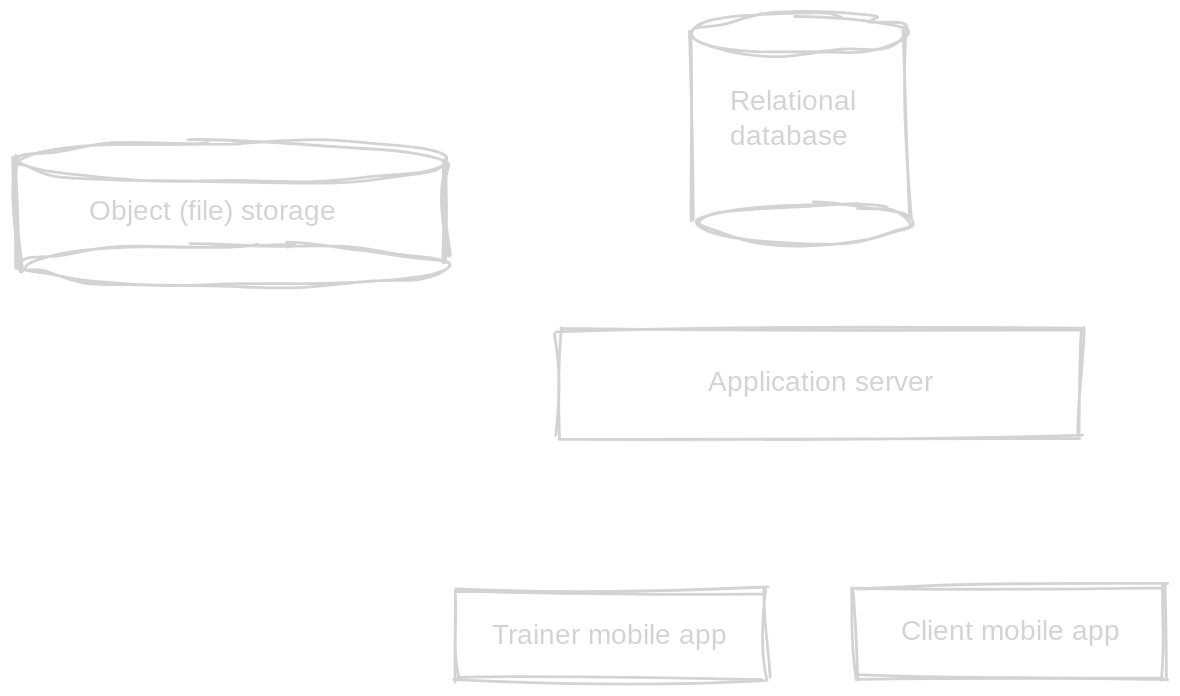
This is images/gym-app-upload-0.svg from filipegeric/scaling-the-client, a Excalidraw export, as it was before one commit. Source tidied: one line per element, renumbered; positions are measured from the earlier drawing's top-left corner, leaving out a move shared by most shapes. The source it was exported from:
```json
{"id": 0, "type": "rectangle", "strokeColor": "#1e1e1e", "strokeWidth": 2, "roughness": 2, "x": 313, "y": 412, "width": 222, "height": 65}
{"id": 1, "type": "text", "text": "Trainer mobile app", "strokeColor": "#1e1e1e", "backgroundColor": "#ffffff", "fillStyle": "solid", "strokeWidth": 2, "roughness": 2, "fontSize": 20, "fontFamily": 1, "textAlign": "center", "verticalAlign": "middle", "inside": 0, "x": 335, "y": 432, "width": 179, "height": 25}
{"id": 2, "type": "rectangle", "strokeColor": "#1e1e1e", "strokeWidth": 2, "roughness": 2, "x": 600, "y": 409, "width": 222, "height": 65}
{"id": 3, "type": "text", "text": "Client mobile app", "strokeColor": "#1e1e1e", "backgroundColor": "#ffffff", "fillStyle": "solid", "strokeWidth": 2, "roughness": 2, "fontSize": 20, "fontFamily": 1, "textAlign": "center", "verticalAlign": "middle", "inside": 2, "x": 630, "y": 429, "width": 162, "height": 25}
{"id": 4, "type": "rectangle", "strokeColor": "#1e1e1e", "strokeWidth": 2, "roughness": 2, "x": 389, "y": 225, "width": 372, "height": 78}
{"id": 5, "type": "text", "text": "Application server", "strokeColor": "#1e1e1e", "backgroundColor": "#ffffff", "fillStyle": "solid", "strokeWidth": 2, "roughness": 2, "fontSize": 20, "fontFamily": 1, "textAlign": "center", "verticalAlign": "middle", "inside": 4, "x": 489, "y": 251, "width": 172, "height": 25}
{"id": 6, "type": "ellipse", "strokeColor": "#1e1e1e", "strokeWidth": 2, "roughness": 2, "x": 487, "y": 135, "width": 153, "height": 28}
{"id": 7, "type": "ellipse", "strokeColor": "#1e1e1e", "strokeWidth": 2, "roughness": 2, "x": 485, "y": 0, "width": 153, "height": 28}
{"id": 8, "type": "line", "strokeColor": "#1e1e1e", "backgroundColor": "#ffffff", "fillStyle": "solid", "strokeWidth": 2, "roughness": 2, "x": 481, "y": 13, "width": 2, "height": 135, "points": [[0, 0], [2, 135]]}
{"id": 9, "type": "line", "strokeColor": "#1e1e1e", "backgroundColor": "#ffffff", "fillStyle": "solid", "strokeWidth": 2, "roughness": 2, "x": 635, "y": 11, "width": 3, "height": 136, "points": [[0, 0], [3, 136]]}
{"id": 10, "type": "text", "text": "Relational \ndatabase", "strokeColor": "#1e1e1e", "backgroundColor": "#ffffff", "fillStyle": "solid", "strokeWidth": 2, "roughness": 2, "fontSize": 20, "fontFamily": 1, "x": 511, "y": 51, "width": 108, "height": 50}
{"id": 11, "type": "ellipse", "strokeColor": "#1e1e1e", "strokeWidth": 2, "roughness": 2, "x": 4, "y": 165, "width": 305, "height": 29}
{"id": 12, "type": "ellipse", "strokeColor": "#1e1e1e", "strokeWidth": 2, "roughness": 2, "x": 2, "y": 91, "width": 305, "height": 29}
{"id": 13, "type": "text", "text": "Object (file) storage", "strokeColor": "#1e1e1e", "strokeWidth": 4, "roughness": 2, "fontSize": 20, "fontFamily": 1, "x": 53, "y": 129, "width": 205, "height": 25}
{"id": 14, "type": "line", "strokeColor": "#1e1e1e", "strokeWidth": 4, "roughness": 2, "x": 0, "y": 103, "width": 2, "height": 77, "points": [[0, 0], [2, 77]]}
{"id": 15, "type": "line", "strokeColor": "#1e1e1e", "strokeWidth": 4, "roughness": 2, "x": 306, "y": 105, "width": 3, "height": 69, "points": [[0, 0], [3, 69]]}
```
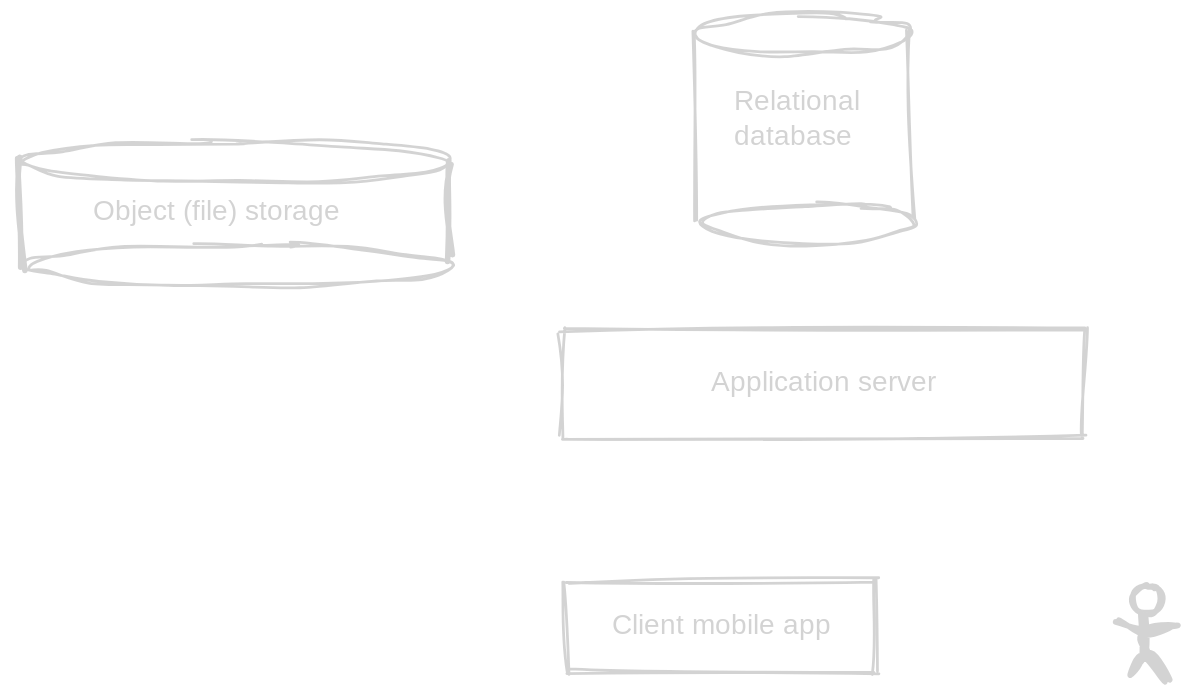
Above is the later version.

The edit, as a diff of the source:
```diff
@@ -1,7 +1,5 @@
-{"id": 0, "type": "rectangle", "strokeColor": "#1e1e1e", "strokeWidth": 2, "roughness": 2, "x": 313, "y": 412, "width": 222, "height": 65}
-{"id": 1, "type": "text", "text": "Trainer mobile app", "strokeColor": "#1e1e1e", "backgroundColor": "#ffffff", "fillStyle": "solid", "strokeWidth": 2, "roughness": 2, "fontSize": 20, "fontFamily": 1, "textAlign": "center", "verticalAlign": "middle", "inside": 0, "x": 335, "y": 432, "width": 179, "height": 25}
-{"id": 2, "type": "rectangle", "strokeColor": "#1e1e1e", "strokeWidth": 2, "roughness": 2, "x": 600, "y": 409, "width": 222, "height": 65}
+{"id": 2, "type": "rectangle", "strokeColor": "#1e1e1e", "strokeWidth": 2, "roughness": 2, "x": 391, "y": 405, "width": 222, "height": 65}
-{"id": 3, "type": "text", "text": "Client mobile app", "strokeColor": "#1e1e1e", "backgroundColor": "#ffffff", "fillStyle": "solid", "strokeWidth": 2, "roughness": 2, "fontSize": 20, "fontFamily": 1, "textAlign": "center", "verticalAlign": "middle", "inside": 2, "x": 630, "y": 429, "width": 162, "height": 25}
+{"id": 3, "type": "text", "text": "Client mobile app", "strokeColor": "#1e1e1e", "backgroundColor": "#ffffff", "fillStyle": "solid", "strokeWidth": 2, "roughness": 2, "fontSize": 20, "fontFamily": 1, "textAlign": "center", "verticalAlign": "middle", "inside": 2, "x": 421, "y": 425, "width": 162, "height": 25}
 {"id": 4, "type": "rectangle", "strokeColor": "#1e1e1e", "strokeWidth": 2, "roughness": 2, "x": 389, "y": 225, "width": 372, "height": 78}
 {"id": 5, "type": "text", "text": "Application server", "strokeColor": "#1e1e1e", "backgroundColor": "#ffffff", "fillStyle": "solid", "strokeWidth": 2, "roughness": 2, "fontSize": 20, "fontFamily": 1, "textAlign": "center", "verticalAlign": "middle", "inside": 4, "x": 489, "y": 251, "width": 172, "height": 25}
 {"id": 6, "type": "ellipse", "strokeColor": "#1e1e1e", "strokeWidth": 2, "roughness": 2, "x": 487, "y": 135, "width": 153, "height": 28}
@@ -14,3 +12,6 @@
 {"id": 13, "type": "text", "text": "Object (file) storage", "strokeColor": "#1e1e1e", "strokeWidth": 4, "roughness": 2, "fontSize": 20, "fontFamily": 1, "x": 53, "y": 129, "width": 205, "height": 25}
 {"id": 14, "type": "line", "strokeColor": "#1e1e1e", "strokeWidth": 4, "roughness": 2, "x": 0, "y": 103, "width": 2, "height": 77, "points": [[0, 0], [2, 77]]}
 {"id": 15, "type": "line", "strokeColor": "#1e1e1e", "strokeWidth": 4, "roughness": 2, "x": 306, "y": 105, "width": 3, "height": 69, "points": [[0, 0], [3, 69]]}
+{"id": 16, "type": "ellipse", "strokeColor": "#1e1e1e", "strokeWidth": 4, "roughness": 2, "round": true, "x": 796, "y": 408, "width": 20, "height": 20}
+{"id": 17, "type": "line", "strokeColor": "#1e1e1e", "strokeWidth": 4, "roughness": 2, "round": true, "x": 805, "y": 428, "width": 46, "height": 47, "points": [[0, 0], [1, 29], [-13, 45], [1, 30], [17, 47], [-1, 28], [-1, 12], [23, 7], [-1, 12], [-22, 6]]}
+{"id": 18, "type": "text", "text": "1. Select an image", "strokeColor": "#1e1e1e", "strokeWidth": 2, "roughness": 1, "opacity": 0, "fontSize": 20, "fontFamily": 1, "x": -3, "y": 224, "width": 176, "height": 25}
```
